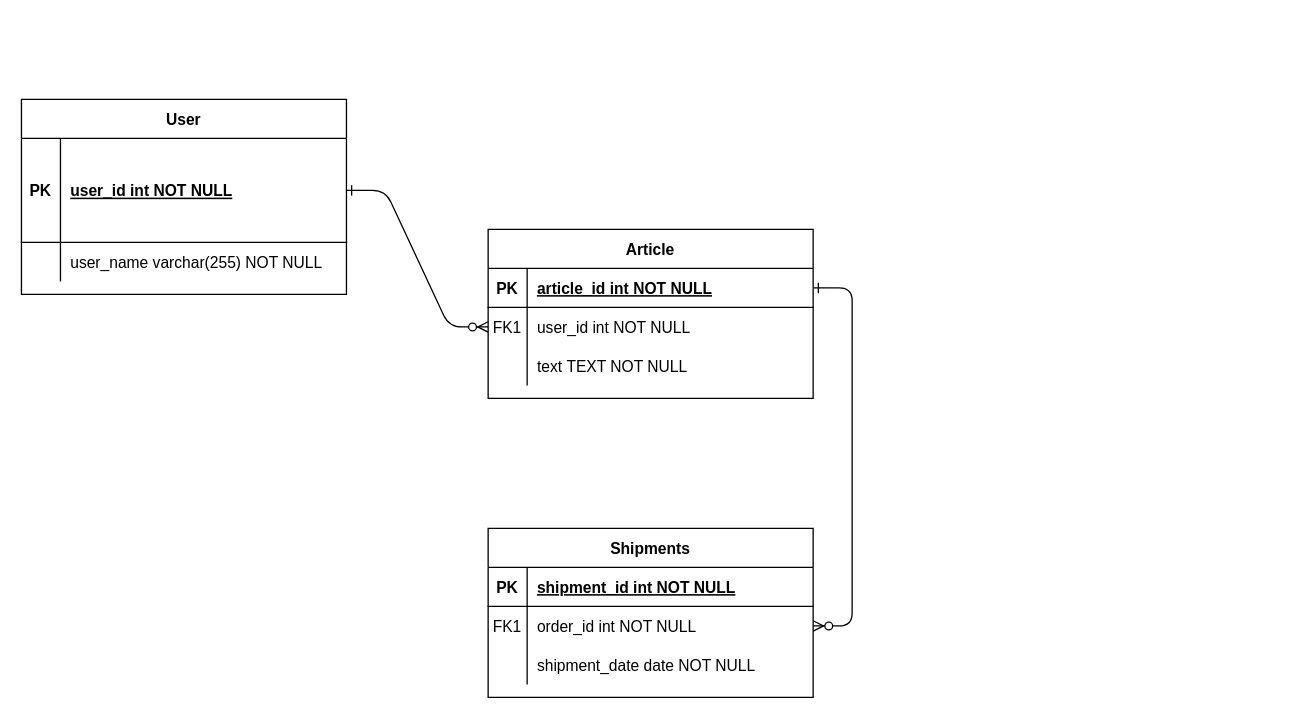
The draw.io diagram ERmodel.drawio in storytellerplatform/storyteller_flowchart, before the edit. Source tidied: cells renumbered, new cells numbered last; positions are measured from the earlier drawing's top-left corner, leaving out a move shared by most shapes. Both pictures are drawn from the tidied source at 130%, with x=0, y=0 at pixel (21, 99).
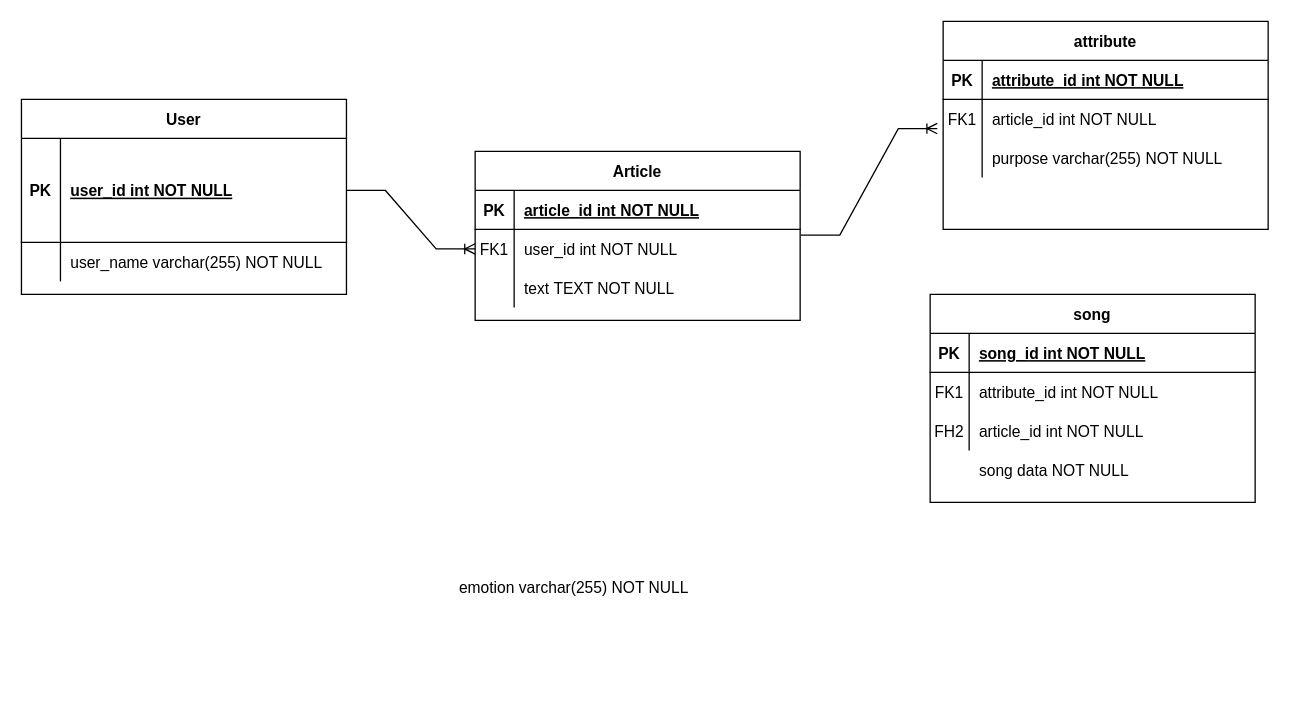
After the change.

Unchanged cells that the change refers to:
```xml
<mxCell id="5" style="shape=partialRectangle;fillColor=none;points=[[0,0.5],[1,0.5]];portConstraint=eastwest;top=0;left=0;right=0;bottom=1;" parent="4" vertex="1">
  <mxGeometry y="30" width="250" height="30" as="geometry" />
</mxCell>
<mxCell id="8" style="shape=partialRectangle;fillColor=none;points=[[0,0.5],[1,0.5]];portConstraint=eastwest;top=0;left=0;right=0;bottom=0;" parent="4" vertex="1">
  <mxGeometry y="60" width="250" height="30" as="geometry" />
</mxCell>
<mxCell id="15" style="shape=partialRectangle;fillColor=none;top=0;left=0;right=0;bottom=1;" parent="14" vertex="1">
  <mxGeometry y="30" width="250" height="30" as="geometry" />
</mxCell>
<mxCell id="18" style="shape=partialRectangle;fillColor=none;points=[[0,0.5],[1,0.5]];portConstraint=eastwest;top=0;left=0;right=0;bottom=0;" parent="14" vertex="1">
  <mxGeometry y="60" width="250" height="30" as="geometry" />
</mxCell>
<mxCell id="21" style="shape=partialRectangle;fillColor=none;top=0;left=0;right=0;bottom=0;" parent="14" vertex="1">
  <mxGeometry y="90" width="250" height="30" as="geometry" />
</mxCell>
<mxCell id="25" style="shape=partialRectangle;fillColor=none;points=[[0,0.5],[1,0.5]];portConstraint=eastwest;top=0;left=0;right=0;bottom=1;" parent="24" vertex="1">
  <mxGeometry y="30" width="250" height="80" as="geometry" />
</mxCell>
```

What changed in the source:
```diff
@@
-    <mxCell id="2" style="edgeStyle=entityRelationEdgeStyle;endArrow=ERzeroToMany;startArrow=ERone;endFill=1;startFill=0;" parent="1" edge="1" source="25" target="8">
-      <mxGeometry relative="1" as="geometry" />
-    </mxCell>
-    <mxCell id="3" style="edgeStyle=entityRelationEdgeStyle;endArrow=ERzeroToMany;startArrow=ERone;endFill=1;startFill=0;" parent="1" edge="1" source="5" target="18">
-      <mxGeometry relative="1" as="geometry" />
-    </mxCell>
     <mxCell id="4" value="Article" style="shape=table;startSize=30;childLayout=tableLayout;rowLines=0;fontStyle=1;align=center;" parent="1" vertex="1">
-      <mxGeometry x="359" y="100" width="250" height="130" as="geometry" />
+      <mxGeometry x="349" y="40" width="250" height="130" as="geometry" />
     </mxCell>
@@
-    <mxCell id="14" value="Shipments" style="shape=table;startSize=30;childLayout=tableLayout;rowLines=0;fontStyle=1;align=center;" parent="1" vertex="1">
-      <mxGeometry x="359" y="330" width="250" height="130" as="geometry" />
+    <mxCell id="14" value="attribute" style="shape=table;startSize=30;childLayout=tableLayout;rowLines=0;fontStyle=1;align=center;" parent="1" vertex="1">
+      <mxGeometry x="709" y="-60" width="250" height="160" as="geometry" />
     </mxCell>
@@
-    <mxCell id="17" value="shipment_id int NOT NULL " style="shape=partialRectangle;overflow=hidden;fillColor=none;top=0;left=0;bottom=0;right=0;align=left;spacingLeft=6;fontStyle=5;" parent="15" vertex="1">
+    <mxCell id="17" value="attribute_id int NOT NULL " style="shape=partialRectangle;overflow=hidden;fillColor=none;top=0;left=0;bottom=0;right=0;align=left;spacingLeft=6;fontStyle=5;" parent="15" vertex="1">
       <mxGeometry x="30" width="220" height="30" as="geometry" />
     </mxCell>
@@
-    <mxCell id="20" value="order_id int NOT NULL" style="shape=partialRectangle;overflow=hidden;fillColor=none;top=0;left=0;bottom=0;right=0;align=left;spacingLeft=6;" parent="18" vertex="1">
+    <mxCell id="20" value="article_id int NOT NULL" style="shape=partialRectangle;overflow=hidden;fillColor=none;top=0;left=0;bottom=0;right=0;align=left;spacingLeft=6;" parent="18" vertex="1">
       <mxGeometry x="30" width="220" height="30" as="geometry" />
     </mxCell>
@@
-    <mxCell id="23" value="shipment_date date NOT NULL" style="shape=partialRectangle;overflow=hidden;fillColor=none;top=0;left=0;bottom=0;right=0;align=left;spacingLeft=6;" parent="21" vertex="1">
+    <mxCell id="23" value="purpose varchar(255) NOT NULL" style="shape=partialRectangle;overflow=hidden;fillColor=none;top=0;left=0;bottom=0;right=0;align=left;spacingLeft=6;" parent="21" vertex="1">
       <mxGeometry x="30" width="220" height="30" as="geometry" />
     </mxCell>
@@
+    <mxCell id="2" style="edgeStyle=entityRelationEdgeStyle;fontSize=12;html=1;endArrow=ERoneToMany;rounded=0;exitX=1;exitY=0.5;exitDx=0;exitDy=0;entryX=0;entryY=0.5;entryDx=0;entryDy=0;" parent="1" edge="1" source="25" target="8">
+      <mxGeometry relative="1" as="geometry">
+        <Array as="points">
+          <mxPoint x="279" y="110" />
+        </Array>
+      </mxGeometry>
+    </mxCell>
+    <mxCell id="31" style="shape=partialRectangle;overflow=hidden;fillColor=none;top=0;left=0;bottom=0;right=0;" parent="1" vertex="1">
+      <mxGeometry x="299" y="360" width="30" height="30" as="geometry" />
+    </mxCell>
+    <mxCell id="32" value="emotion varchar(255) NOT NULL" style="shape=partialRectangle;overflow=hidden;fillColor=none;top=0;left=0;bottom=0;right=0;align=left;spacingLeft=6;" parent="1" vertex="1">
+      <mxGeometry x="329" y="360" width="220" height="30" as="geometry" />
+    </mxCell>
+    <mxCell id="33" style="edgeStyle=entityRelationEdgeStyle;fontSize=12;html=1;endArrow=ERoneToMany;rounded=0;exitX=1.002;exitY=0.147;exitDx=0;exitDy=0;entryX=-0.018;entryY=0.747;entryDx=0;entryDy=0;exitPerimeter=0;entryPerimeter=0;" parent="1" edge="1" source="8" target="18">
+      <mxGeometry relative="1" as="geometry">
+        <Array as="points">
+          <mxPoint x="289" y="120" />
+        </Array>
+      </mxGeometry>
+    </mxCell>
+    <mxCell id="34" value="song" style="shape=table;startSize=30;childLayout=tableLayout;rowLines=0;fontStyle=1;align=center;" parent="1" vertex="1">
+      <mxGeometry x="699" y="150" width="250" height="160" as="geometry" />
+    </mxCell>
+    <mxCell id="35" style="shape=partialRectangle;fillColor=none;top=0;left=0;right=0;bottom=1;" parent="34" vertex="1">
+      <mxGeometry y="30" width="250" height="30" as="geometry" />
+    </mxCell>
+    <mxCell id="36" value="PK" style="shape=partialRectangle;overflow=hidden;fillColor=none;top=0;left=0;bottom=0;right=0;fontStyle=1;" parent="35" vertex="1">
+      <mxGeometry width="30" height="30" as="geometry" />
+    </mxCell>
+    <mxCell id="37" value="song_id int NOT NULL " style="shape=partialRectangle;overflow=hidden;fillColor=none;top=0;left=0;bottom=0;right=0;align=left;spacingLeft=6;fontStyle=5;" parent="35" vertex="1">
+      <mxGeometry x="30" width="220" height="30" as="geometry" />
+    </mxCell>
+    <mxCell id="38" style="shape=partialRectangle;fillColor=none;top=0;left=0;right=0;bottom=0;" parent="34" vertex="1">
+      <mxGeometry y="60" width="250" height="30" as="geometry" />
+    </mxCell>
+    <mxCell id="39" value="FK1" style="shape=partialRectangle;overflow=hidden;fillColor=none;top=0;left=0;bottom=0;right=0;" parent="38" vertex="1">
+      <mxGeometry width="30" height="30" as="geometry" />
+    </mxCell>
+    <mxCell id="40" value="attribute_id int NOT NULL" style="shape=partialRectangle;overflow=hidden;fillColor=none;top=0;left=0;bottom=0;right=0;align=left;spacingLeft=6;" parent="38" vertex="1">
+      <mxGeometry x="30" width="220" height="30" as="geometry" />
+    </mxCell>
+    <mxCell id="41" style="shape=partialRectangle;fillColor=none;top=0;left=0;right=0;bottom=0;" parent="34" vertex="1">
+      <mxGeometry y="90" width="250" height="30" as="geometry" />
+    </mxCell>
+    <mxCell id="42" value="FH2" style="shape=partialRectangle;overflow=hidden;fillColor=none;top=0;left=0;bottom=0;right=0;" parent="41" vertex="1">
+      <mxGeometry width="30" height="30" as="geometry" />
+    </mxCell>
+    <mxCell id="43" value="article_id int NOT NULL" style="shape=partialRectangle;overflow=hidden;fillColor=none;top=0;left=0;bottom=0;right=0;align=left;spacingLeft=6;" parent="41" vertex="1">
+      <mxGeometry x="30" width="220" height="30" as="geometry" />
+    </mxCell>
+    <mxCell id="44" value="song data NOT NULL" style="shape=partialRectangle;overflow=hidden;fillColor=none;top=0;left=0;bottom=0;right=0;align=left;spacingLeft=6;" parent="1" vertex="1">
+      <mxGeometry x="729" y="270" width="220" height="30" as="geometry" />
+    </mxCell>
```
